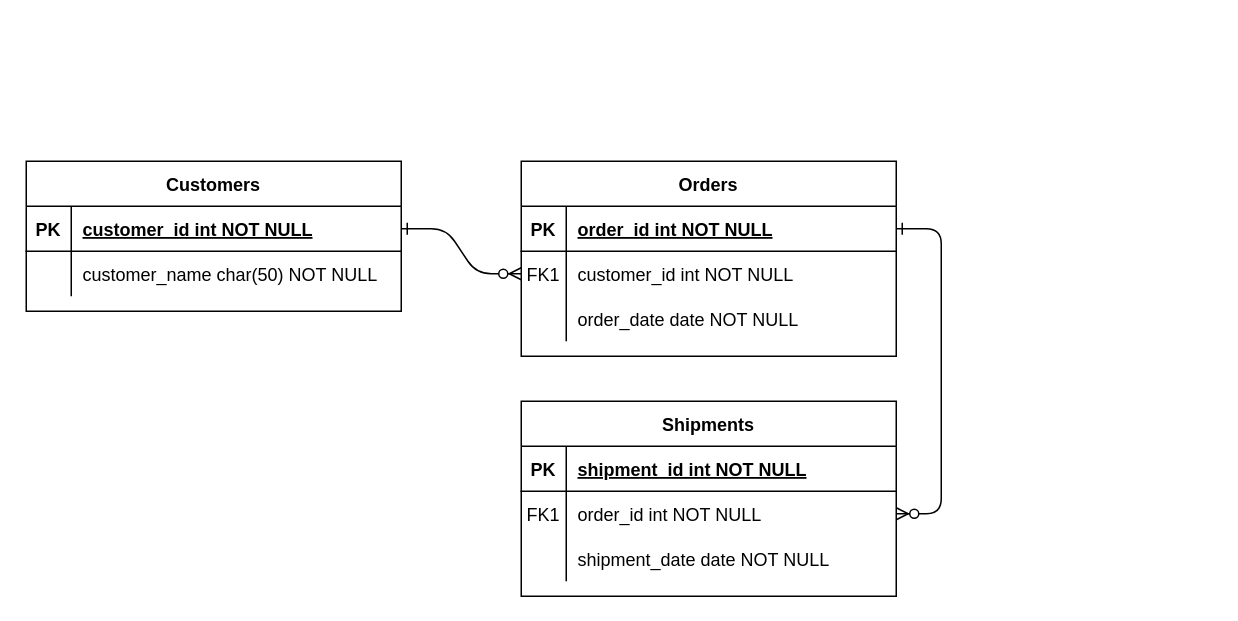
The draw.io diagram eMOLT.drawio in GMaynard1/emolt_project_management, before the edit. Source tidied: cells renumbered, new cells numbered last; positions are measured from the earlier drawing's top-left corner, leaving out a move shared by most shapes. Both pictures are drawn from the tidied source at 150%, with x=0, y=0 at pixel (26, 160).
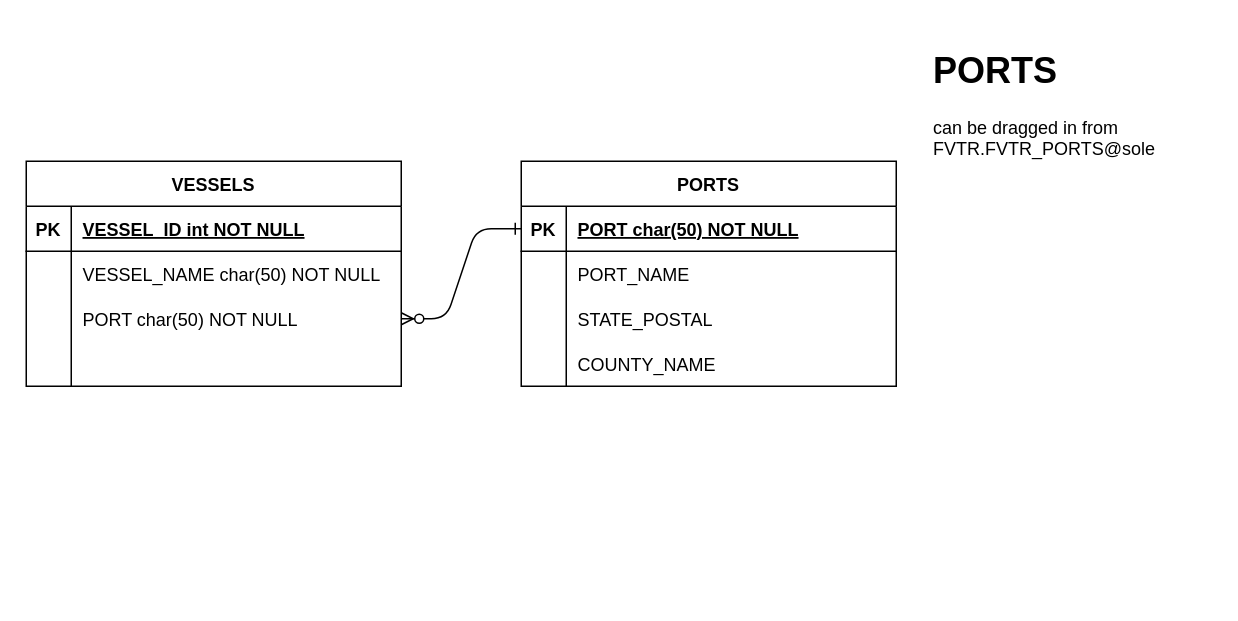
Above is the later version.

Unchanged cells that the change refers to:
```xml
<mxCell id="5" style="shape=partialRectangle;fillColor=none;points=[[0,0.5],[1,0.5]];portConstraint=eastwest;top=0;left=0;right=0;bottom=1;" parent="4" vertex="1">
  <mxGeometry y="30" width="250" height="30" as="geometry" />
</mxCell>
<mxCell id="8" style="shape=partialRectangle;fillColor=none;points=[[0,0.5],[1,0.5]];portConstraint=eastwest;top=0;left=0;right=0;bottom=0;" parent="4" vertex="1">
  <mxGeometry y="60" width="250" height="30" as="geometry" />
</mxCell>
<mxCell id="11" style="shape=partialRectangle;fillColor=none;top=0;left=0;right=0;bottom=0;" parent="4" vertex="1">
  <mxGeometry y="90" width="250" height="30" as="geometry" />
</mxCell>
<mxCell id="25" style="shape=partialRectangle;fillColor=none;points=[[0,0.5],[1,0.5]];portConstraint=eastwest;top=0;left=0;right=0;bottom=1;" parent="24" vertex="1">
  <mxGeometry y="30" width="250" height="30" as="geometry" />
</mxCell>
<mxCell id="28" style="shape=partialRectangle;fillColor=none;top=0;left=0;right=0;bottom=0;" parent="24" vertex="1">
  <mxGeometry y="60" width="250" height="30" as="geometry" />
</mxCell>
```

What changed in the source:
```diff
@@
-    <mxCell id="2" style="edgeStyle=entityRelationEdgeStyle;endArrow=ERzeroToMany;startArrow=ERone;endFill=1;startFill=0;" parent="1" edge="1" source="25" target="8">
+    <mxCell id="2" style="edgeStyle=entityRelationEdgeStyle;endArrow=ERzeroToMany;startArrow=ERone;endFill=1;startFill=0;" parent="1" edge="1" source="5" target="21">
       <mxGeometry relative="1" as="geometry" />
     </mxCell>
-    <mxCell id="3" style="edgeStyle=entityRelationEdgeStyle;endArrow=ERzeroToMany;startArrow=ERone;endFill=1;startFill=0;" parent="1" edge="1" source="5" target="18">
-      <mxGeometry relative="1" as="geometry" />
-    </mxCell>
-    <mxCell id="4" value="Orders" style="shape=table;startSize=30;childLayout=tableLayout;rowLines=0;fontStyle=1;align=center;" parent="1" vertex="1">
-      <mxGeometry x="330" width="250" height="130" as="geometry" />
+    <mxCell id="4" value="PORTS" style="shape=table;startSize=30;childLayout=tableLayout;rowLines=0;fontStyle=1;align=center;" parent="1" vertex="1">
+      <mxGeometry x="330" width="250" height="150" as="geometry" />
     </mxCell>
@@
-    <mxCell id="7" value="order_id int NOT NULL " style="shape=partialRectangle;overflow=hidden;fillColor=none;top=0;left=0;bottom=0;right=0;align=left;spacingLeft=6;fontStyle=5;" parent="5" vertex="1">
+    <mxCell id="7" value="PORT char(50) NOT NULL" style="shape=partialRectangle;overflow=hidden;fillColor=none;top=0;left=0;bottom=0;right=0;align=left;spacingLeft=6;fontStyle=5;" parent="5" vertex="1">
       <mxGeometry x="30" width="220" height="30" as="geometry" />
     </mxCell>
@@
-    <mxCell id="9" value="FK1" style="shape=partialRectangle;overflow=hidden;fillColor=none;top=0;left=0;bottom=0;right=0;" parent="8" vertex="1">
+    <mxCell id="9" style="shape=partialRectangle;overflow=hidden;fillColor=none;top=0;left=0;bottom=0;right=0;" parent="8" vertex="1">
       <mxGeometry width="30" height="30" as="geometry" />
     </mxCell>
-    <mxCell id="10" value="customer_id int NOT NULL" style="shape=partialRectangle;overflow=hidden;fillColor=none;top=0;left=0;bottom=0;right=0;align=left;spacingLeft=6;" parent="8" vertex="1">
+    <mxCell id="10" value="PORT_NAME " style="shape=partialRectangle;overflow=hidden;fillColor=none;top=0;left=0;bottom=0;right=0;align=left;spacingLeft=6;" parent="8" vertex="1">
       <mxGeometry x="30" width="220" height="30" as="geometry" />
     </mxCell>
@@
-    <mxCell id="13" value="order_date date NOT NULL" style="shape=partialRectangle;overflow=hidden;fillColor=none;top=0;left=0;bottom=0;right=0;align=left;spacingLeft=6;" parent="11" vertex="1">
+    <mxCell id="13" value="STATE_POSTAL" style="shape=partialRectangle;overflow=hidden;fillColor=none;top=0;left=0;bottom=0;right=0;align=left;spacingLeft=6;" parent="11" vertex="1">
       <mxGeometry x="30" width="220" height="30" as="geometry" />
     </mxCell>
-    <mxCell id="14" value="Shipments" style="shape=table;startSize=30;childLayout=tableLayout;rowLines=0;fontStyle=1;align=center;" parent="1" vertex="1">
-      <mxGeometry x="330" y="160" width="250" height="130" as="geometry" />
-    </mxCell>
-    <mxCell id="15" style="shape=partialRectangle;fillColor=none;top=0;left=0;right=0;bottom=1;" parent="14" vertex="1">
-      <mxGeometry y="30" width="250" height="30" as="geometry" />
-    </mxCell>
-    <mxCell id="16" value="PK" style="shape=partialRectangle;overflow=hidden;fillColor=none;top=0;left=0;bottom=0;right=0;fontStyle=1;" parent="15" vertex="1">
-      <mxGeometry width="30" height="30" as="geometry" />
-    </mxCell>
-    <mxCell id="17" value="shipment_id int NOT NULL " style="shape=partialRectangle;overflow=hidden;fillColor=none;top=0;left=0;bottom=0;right=0;align=left;spacingLeft=6;fontStyle=5;" parent="15" vertex="1">
-      <mxGeometry x="30" width="220" height="30" as="geometry" />
-    </mxCell>
-    <mxCell id="18" style="shape=partialRectangle;fillColor=none;points=[[0,0.5],[1,0.5]];portConstraint=eastwest;top=0;left=0;right=0;bottom=0;" parent="14" vertex="1">
-      <mxGeometry y="60" width="250" height="30" as="geometry" />
-    </mxCell>
-    <mxCell id="19" value="FK1" style="shape=partialRectangle;overflow=hidden;fillColor=none;top=0;left=0;bottom=0;right=0;" parent="18" vertex="1">
-      <mxGeometry width="30" height="30" as="geometry" />
-    </mxCell>
-    <mxCell id="20" value="order_id int NOT NULL" style="shape=partialRectangle;overflow=hidden;fillColor=none;top=0;left=0;bottom=0;right=0;align=left;spacingLeft=6;" parent="18" vertex="1">
-      <mxGeometry x="30" width="220" height="30" as="geometry" />
-    </mxCell>
-    <mxCell id="21" style="shape=partialRectangle;fillColor=none;points=[[0,0.5],[1,0.5]];portConstraint=eastwest;top=0;left=0;right=0;bottom=0;" parent="14" vertex="1">
-      <mxGeometry y="90" width="250" height="30" as="geometry" />
-    </mxCell>
-    <mxCell id="22" style="shape=partialRectangle;overflow=hidden;fillColor=none;top=0;left=0;bottom=0;right=0;" parent="21" vertex="1">
-      <mxGeometry width="30" height="30" as="geometry" />
-    </mxCell>
-    <mxCell id="23" value="shipment_date date NOT NULL" style="shape=partialRectangle;overflow=hidden;fillColor=none;top=0;left=0;bottom=0;right=0;align=left;spacingLeft=6;" parent="21" vertex="1">
-      <mxGeometry x="30" width="220" height="30" as="geometry" />
-    </mxCell>
+    <mxCell id="31" style="shape=partialRectangle;fillColor=none;top=0;left=0;right=0;bottom=0;" parent="4" vertex="1">
+      <mxGeometry y="120" width="250" height="30" as="geometry" />
+    </mxCell>
+    <mxCell id="32" style="shape=partialRectangle;overflow=hidden;fillColor=none;top=0;left=0;bottom=0;right=0;" parent="31" vertex="1">
+      <mxGeometry width="30" height="30" as="geometry" />
+    </mxCell>
+    <mxCell id="33" value="COUNTY_NAME" style="shape=partialRectangle;overflow=hidden;fillColor=none;top=0;left=0;bottom=0;right=0;align=left;spacingLeft=6;" parent="31" vertex="1">
+      <mxGeometry x="30" width="220" height="30" as="geometry" />
+    </mxCell>
-    <mxCell id="24" value="Customers" style="shape=table;startSize=30;childLayout=tableLayout;rowLines=0;fontStyle=1;align=center;" parent="1" vertex="1">
-      <mxGeometry width="250" height="100" as="geometry" />
+    <mxCell id="24" value="VESSELS" style="shape=table;startSize=30;childLayout=tableLayout;rowLines=0;fontStyle=1;align=center;" parent="1" vertex="1">
+      <mxGeometry width="250" height="150" as="geometry" />
     </mxCell>
@@
-    <mxCell id="27" value="customer_id int NOT NULL " style="shape=partialRectangle;overflow=hidden;fillColor=none;top=0;left=0;bottom=0;right=0;align=left;spacingLeft=6;fontStyle=5;" parent="25" vertex="1">
+    <mxCell id="27" value="VESSEL_ID int NOT NULL " style="shape=partialRectangle;overflow=hidden;fillColor=none;top=0;left=0;bottom=0;right=0;align=left;spacingLeft=6;fontStyle=5;" parent="25" vertex="1">
       <mxGeometry x="30" width="220" height="30" as="geometry" />
     </mxCell>
@@
-    <mxCell id="30" value="customer_name char(50) NOT NULL" style="shape=partialRectangle;overflow=hidden;fillColor=none;top=0;left=0;bottom=0;right=0;align=left;spacingLeft=6;" parent="28" vertex="1">
+    <mxCell id="30" value="VESSEL_NAME char(50) NOT NULL" style="shape=partialRectangle;overflow=hidden;fillColor=none;top=0;left=0;bottom=0;right=0;align=left;spacingLeft=6;" parent="28" vertex="1">
       <mxGeometry x="30" width="220" height="30" as="geometry" />
     </mxCell>
+    <mxCell id="21" style="shape=partialRectangle;fillColor=none;points=[[0,0.5],[1,0.5]];portConstraint=eastwest;top=0;left=0;right=0;bottom=0;" parent="24" vertex="1">
+      <mxGeometry y="90" width="250" height="30" as="geometry" />
+    </mxCell>
+    <mxCell id="34" style="shape=partialRectangle;overflow=hidden;fillColor=none;top=0;left=0;bottom=0;right=0;" parent="21" vertex="1">
+      <mxGeometry width="30" height="30" as="geometry" />
+    </mxCell>
+    <mxCell id="35" value="PORT char(50) NOT NULL" style="shape=partialRectangle;overflow=hidden;fillColor=none;top=0;left=0;bottom=0;right=0;align=left;spacingLeft=6;" parent="21" vertex="1">
+      <mxGeometry x="30" width="220" height="30" as="geometry" />
+    </mxCell>
+    <mxCell id="36" style="shape=partialRectangle;fillColor=none;top=0;left=0;right=0;bottom=0;" parent="24" vertex="1">
+      <mxGeometry y="120" width="250" height="30" as="geometry" />
+    </mxCell>
+    <mxCell id="37" style="shape=partialRectangle;overflow=hidden;fillColor=none;top=0;left=0;bottom=0;right=0;" parent="36" vertex="1">
+      <mxGeometry width="30" height="30" as="geometry" />
+    </mxCell>
+    <mxCell id="38" style="shape=partialRectangle;overflow=hidden;fillColor=none;top=0;left=0;bottom=0;right=0;align=left;spacingLeft=6;" parent="36" vertex="1">
+      <mxGeometry x="30" width="220" height="30" as="geometry" />
+    </mxCell>
+    <mxCell id="39" value="&lt;h1&gt;&lt;span&gt;PORTS&lt;/span&gt;&lt;/h1&gt;&lt;p&gt;&lt;span style=&quot;font-size: 12px ; font-weight: normal&quot;&gt;can be dragged in from FVTR.FVTR_PORTS@sole&lt;/span&gt;&lt;/p&gt;" style="text;html=1;strokeColor=none;fillColor=none;spacing=5;spacingTop=-20;whiteSpace=wrap;overflow=hidden;rounded=0;" parent="1" vertex="1">
+      <mxGeometry x="600" y="-80" width="190" height="90" as="geometry" />
+    </mxCell>
```
